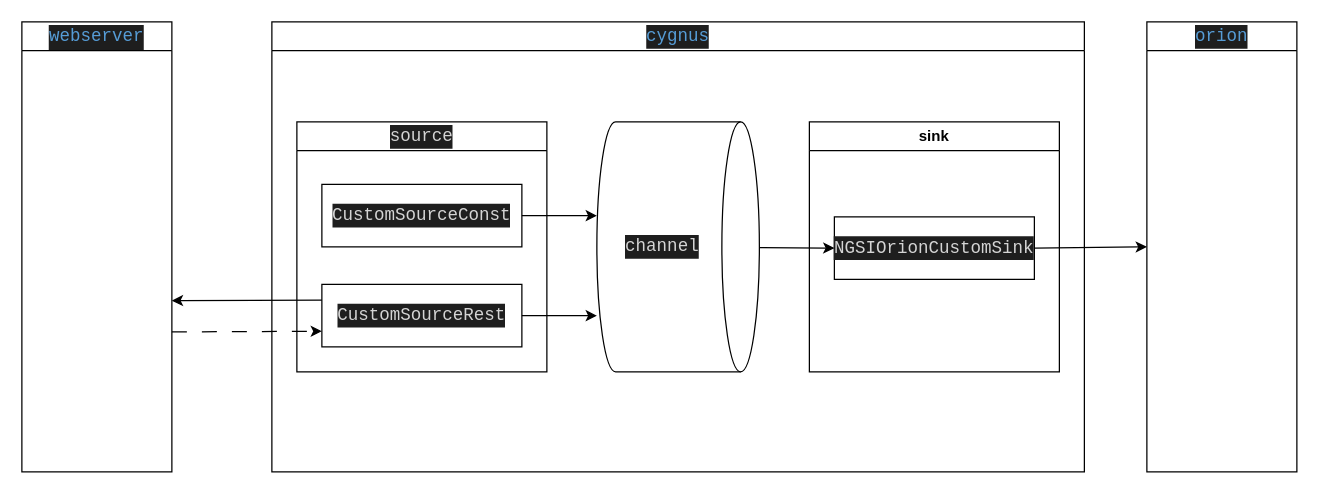
Earlier version of the draw.io diagram sample5_OrionAndCygnus/sample3_RESTCygnusOrion/figure.dio (crayoncrayon2003/sample_FIWARE). Source tidied: cells renumbered, new cells numbered last; positions are measured from the earlier drawing's top-left corner, leaving out a move shared by most shapes. Both pictures are drawn from the tidied source at 125%, with x=0, y=0 at pixel (21, 21).
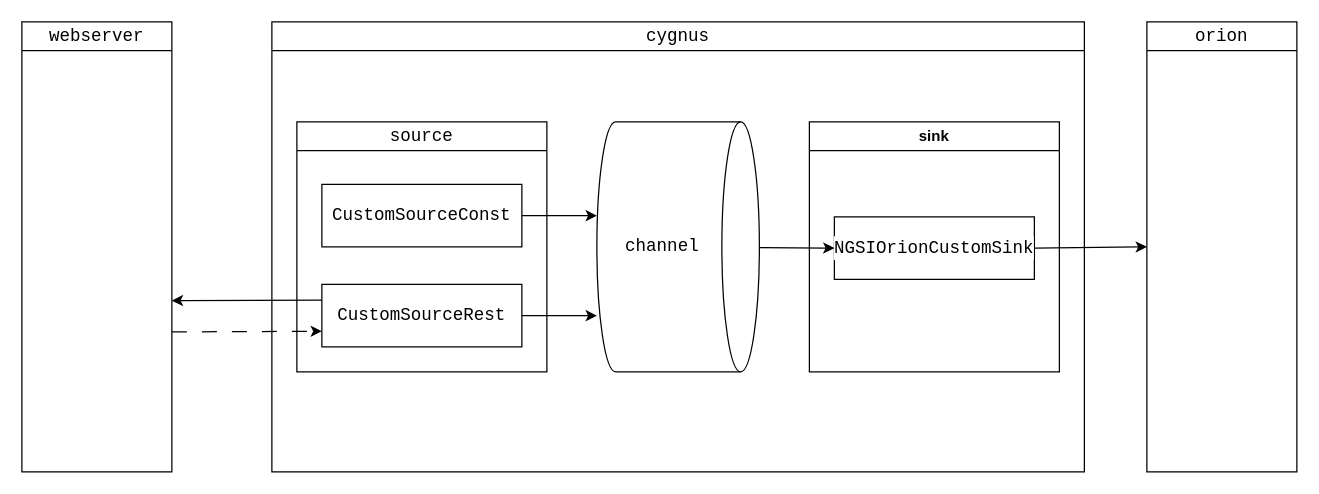
The same page after the edit.

Diff of the diagram source:
```diff
@@
-<mxGraphModel>
+<mxGraphModel background="#ffffff">
   <root>
     <mxCell id="0" />
     <mxCell id="1" parent="0" />
-    <mxCell id="2" value="&lt;div style=&quot;color: rgb(212, 212, 212); background-color: rgb(30, 30, 30); font-family: Consolas, &amp;quot;Courier New&amp;quot;, monospace; font-weight: normal; font-size: 14px; line-height: 19px;&quot;&gt;&lt;span style=&quot;color: #569cd6;&quot;&gt;cygnus&lt;/span&gt;&lt;/div&gt;" style="swimlane;whiteSpace=wrap;html=1;" parent="1" vertex="1">
+    <mxCell id="2" value="&lt;div style=&quot;font-family: Consolas, &amp;quot;Courier New&amp;quot;, monospace; font-weight: normal; font-size: 14px; line-height: 19px;&quot;&gt;&lt;span style=&quot;&quot;&gt;cygnus&lt;/span&gt;&lt;/div&gt;" style="swimlane;whiteSpace=wrap;html=1;fillColor=none;fontColor=#000000;labelBackgroundColor=#FFFFFF;strokeColor=#000000;" parent="1" vertex="1">
       <mxGeometry x="200" width="650" height="360" as="geometry" />
     </mxCell>
-    <mxCell id="3" value="&lt;div style=&quot;color: rgb(212, 212, 212); background-color: rgb(30, 30, 30); font-family: Consolas, &amp;quot;Courier New&amp;quot;, monospace; font-weight: normal; font-size: 14px; line-height: 19px;&quot;&gt;source&lt;/div&gt;" style="swimlane;whiteSpace=wrap;html=1;" parent="2" vertex="1">
+    <mxCell id="3" value="&lt;div style=&quot;font-family: Consolas, &amp;quot;Courier New&amp;quot;, monospace; font-weight: normal; font-size: 14px; line-height: 19px;&quot;&gt;source&lt;/div&gt;" style="swimlane;whiteSpace=wrap;html=1;fillColor=none;fontColor=#000000;labelBackgroundColor=#FFFFFF;strokeColor=#000000;" parent="2" vertex="1">
       <mxGeometry x="20" y="80" width="200" height="200" as="geometry" />
     </mxCell>
-    <mxCell id="4" value="&lt;div style=&quot;color: rgb(212, 212, 212); background-color: rgb(30, 30, 30); font-family: Consolas, &amp;quot;Courier New&amp;quot;, monospace; font-size: 14px; line-height: 19px;&quot;&gt;CustomSourceRest&lt;/div&gt;" style="rounded=0;whiteSpace=wrap;html=1;" parent="3" vertex="1">
+    <mxCell id="4" value="&lt;div style=&quot;font-family: Consolas, &amp;quot;Courier New&amp;quot;, monospace; font-size: 14px; line-height: 19px;&quot;&gt;CustomSourceRest&lt;/div&gt;" style="rounded=0;whiteSpace=wrap;html=1;fillColor=none;fontColor=#000000;labelBackgroundColor=#FFFFFF;strokeColor=#000000;" parent="3" vertex="1">
       <mxGeometry x="20" y="130" width="160" height="50" as="geometry" />
     </mxCell>
-    <mxCell id="5" value="&lt;div style=&quot;color: rgb(212, 212, 212); background-color: rgb(30, 30, 30); font-family: Consolas, &amp;quot;Courier New&amp;quot;, monospace; font-size: 14px; line-height: 19px;&quot;&gt;CustomSourceConst&lt;/div&gt;" style="rounded=0;whiteSpace=wrap;html=1;" parent="3" vertex="1">
+    <mxCell id="5" value="&lt;div style=&quot;font-family: Consolas, &amp;quot;Courier New&amp;quot;, monospace; font-size: 14px; line-height: 19px;&quot;&gt;CustomSourceConst&lt;/div&gt;" style="rounded=0;whiteSpace=wrap;html=1;fillColor=none;fontColor=#000000;labelBackgroundColor=#FFFFFF;strokeColor=#000000;" parent="3" vertex="1">
       <mxGeometry x="20" y="50" width="160" height="50" as="geometry" />
     </mxCell>
-    <mxCell id="6" value="&lt;div style=&quot;color: rgb(212, 212, 212); background-color: rgb(30, 30, 30); font-family: Consolas, &amp;quot;Courier New&amp;quot;, monospace; font-size: 14px; line-height: 19px;&quot;&gt;channel&lt;/div&gt;" style="shape=cylinder3;whiteSpace=wrap;html=1;boundedLbl=1;backgroundOutline=1;size=15;rotation=0;direction=south;" parent="2" vertex="1">
+    <mxCell id="6" value="&lt;div style=&quot;font-family: Consolas, &amp;quot;Courier New&amp;quot;, monospace; font-size: 14px; line-height: 19px;&quot;&gt;channel&lt;/div&gt;" style="shape=cylinder3;whiteSpace=wrap;html=1;boundedLbl=1;backgroundOutline=1;size=15;rotation=0;direction=south;fillColor=none;fontColor=#000000;labelBackgroundColor=#FFFFFF;strokeColor=#000000;" parent="2" vertex="1">
       <mxGeometry x="260" y="80" width="130" height="200" as="geometry" />
     </mxCell>
-    <mxCell id="7" value="sink" style="swimlane;whiteSpace=wrap;html=1;startSize=23;" parent="2" vertex="1">
+    <mxCell id="7" value="sink" style="swimlane;whiteSpace=wrap;html=1;startSize=23;fillColor=none;fontColor=#000000;labelBackgroundColor=#FFFFFF;strokeColor=#000000;" parent="2" vertex="1">
       <mxGeometry x="430" y="80" width="200" height="200" as="geometry" />
     </mxCell>
-    <mxCell id="8" value="&lt;div style=&quot;color: rgb(212, 212, 212); background-color: rgb(30, 30, 30); font-family: Consolas, &amp;quot;Courier New&amp;quot;, monospace; font-size: 14px; line-height: 19px;&quot;&gt;NGSIOrionCustomSink&lt;/div&gt;" style="rounded=0;whiteSpace=wrap;html=1;" parent="7" vertex="1">
+    <mxCell id="8" value="&lt;div style=&quot;font-family: Consolas, &amp;quot;Courier New&amp;quot;, monospace; font-size: 14px; line-height: 19px;&quot;&gt;NGSIOrionCustomSink&lt;/div&gt;" style="rounded=0;whiteSpace=wrap;html=1;fillColor=none;fontColor=#000000;labelBackgroundColor=#FFFFFF;strokeColor=#000000;" parent="7" vertex="1">
       <mxGeometry x="20" y="76" width="160" height="50" as="geometry" />
     </mxCell>
-    <mxCell id="9" style="endArrow=classic;html=1;exitX=1;exitY=0.5;exitDx=0;exitDy=0;" parent="2" edge="1" source="5">
+    <mxCell id="9" style="endArrow=classic;html=1;exitX=1;exitY=0.5;exitDx=0;exitDy=0;fontColor=#000000;labelBackgroundColor=#FFFFFF;strokeColor=#000000;" parent="2" edge="1" source="5">
       <mxGeometry relative="1" as="geometry">
         <mxPoint x="260" y="155" as="targetPoint" />
       </mxGeometry>
     </mxCell>
-    <mxCell id="10" style="endArrow=classic;html=1;exitX=1;exitY=0.5;exitDx=0;exitDy=0;" parent="2" edge="1" source="4">
+    <mxCell id="10" style="endArrow=classic;html=1;exitX=1;exitY=0.5;exitDx=0;exitDy=0;fontColor=#000000;labelBackgroundColor=#FFFFFF;strokeColor=#000000;" parent="2" edge="1" source="4">
       <mxGeometry relative="1" as="geometry">
         <mxPoint x="260" y="235" as="targetPoint" />
       </mxGeometry>
     </mxCell>
-    <mxCell id="11" style="endArrow=classic;html=1;entryX=0;entryY=0.5;entryDx=0;entryDy=0;" parent="2" edge="1" source="6" target="8">
+    <mxCell id="11" style="endArrow=classic;html=1;entryX=0;entryY=0.5;entryDx=0;entryDy=0;fontColor=#000000;labelBackgroundColor=#FFFFFF;strokeColor=#000000;" parent="2" edge="1" source="6" target="8">
       <mxGeometry relative="1" as="geometry" />
     </mxCell>
-    <mxCell id="12" value="&lt;div style=&quot;color: rgb(212, 212, 212); background-color: rgb(30, 30, 30); font-family: Consolas, &amp;quot;Courier New&amp;quot;, monospace; font-weight: normal; font-size: 14px; line-height: 19px;&quot;&gt;&lt;span style=&quot;color: #569cd6;&quot;&gt;orion&lt;/span&gt;&lt;/div&gt;" style="swimlane;whiteSpace=wrap;html=1;" parent="1" vertex="1">
+    <mxCell id="12" value="&lt;div style=&quot;font-family: Consolas, &amp;quot;Courier New&amp;quot;, monospace; font-weight: normal; font-size: 14px; line-height: 19px;&quot;&gt;&lt;span style=&quot;&quot;&gt;orion&lt;/span&gt;&lt;/div&gt;" style="swimlane;whiteSpace=wrap;html=1;fontColor=#000000;labelBackgroundColor=#FFFFFF;fillColor=none;strokeColor=#000000;" parent="1" vertex="1">
       <mxGeometry x="900" width="120" height="360" as="geometry" />
     </mxCell>
-    <mxCell id="13" style="endArrow=classic;html=1;entryX=0;entryY=0.5;entryDx=0;entryDy=0;exitX=1;exitY=0.5;exitDx=0;exitDy=0;" parent="1" edge="1" source="8" target="12">
+    <mxCell id="13" style="endArrow=classic;html=1;entryX=0;entryY=0.5;entryDx=0;entryDy=0;exitX=1;exitY=0.5;exitDx=0;exitDy=0;fontColor=#000000;labelBackgroundColor=#FFFFFF;strokeColor=#000000;" parent="1" edge="1" source="8" target="12">
       <mxGeometry relative="1" as="geometry" />
     </mxCell>
-    <mxCell id="14" value="&lt;div style=&quot;background-color: rgb(30, 30, 30); line-height: 19px;&quot;&gt;&lt;font face=&quot;Consolas, Courier New, monospace&quot; color=&quot;#569cd6&quot;&gt;&lt;span style=&quot;font-size: 14px; font-weight: 400;&quot;&gt;webserver&lt;/span&gt;&lt;/font&gt;&lt;br&gt;&lt;/div&gt;" style="swimlane;whiteSpace=wrap;html=1;" parent="1" vertex="1">
+    <mxCell id="14" value="&lt;div style=&quot;line-height: 19px;&quot;&gt;&lt;font face=&quot;Consolas, Courier New, monospace&quot;&gt;&lt;span style=&quot;font-size: 14px; font-weight: 400;&quot;&gt;webserver&lt;/span&gt;&lt;/font&gt;&lt;br&gt;&lt;/div&gt;" style="swimlane;whiteSpace=wrap;html=1;fontColor=#000000;fillColor=none;labelBackgroundColor=#FFFFFF;strokeColor=#000000;" parent="1" vertex="1">
       <mxGeometry width="120" height="360" as="geometry" />
     </mxCell>
-    <mxCell id="15" style="endArrow=classic;html=1;exitX=0;exitY=0.25;exitDx=0;exitDy=0;" parent="1" edge="1" source="4">
+    <mxCell id="15" style="endArrow=classic;html=1;exitX=0;exitY=0.25;exitDx=0;exitDy=0;fontColor=#000000;labelBackgroundColor=#FFFFFF;strokeColor=#000000;" parent="1" edge="1" source="4">
       <mxGeometry relative="1" as="geometry">
         <mxPoint x="120" y="223" as="targetPoint" />
       </mxGeometry>
     </mxCell>
-    <mxCell id="16" style="endArrow=classic;html=1;entryX=0;entryY=0.75;entryDx=0;entryDy=0;dashed=1;dashPattern=12 12;" parent="1" edge="1" target="4">
+    <mxCell id="16" style="endArrow=classic;html=1;entryX=0;entryY=0.75;entryDx=0;entryDy=0;dashed=1;dashPattern=12 12;fontColor=#000000;labelBackgroundColor=#FFFFFF;strokeColor=#000000;" parent="1" edge="1" target="4">
       <mxGeometry relative="1" as="geometry">
         <mxPoint x="120" y="248" as="sourcePoint" />
       </mxGeometry>
     </mxCell>
   </root>
 </mxGraphModel>
```
